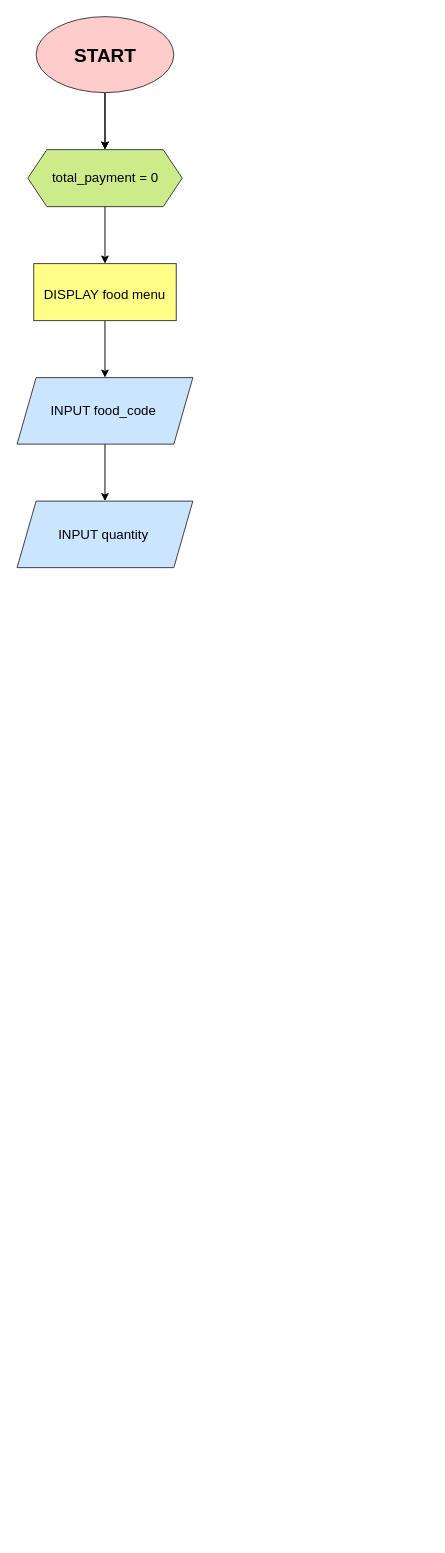
Before: flowchart.drawio in karindaamelia/karinda_amelia-sistem_kasir, a draw.io diagram. Source tidied: cells renumbered, new cells numbered last; positions are measured from the earlier drawing's top-left corner, leaving out a move shared by most shapes. Both pictures are drawn from the tidied source at 95%, with x=0, y=0 at pixel (16, 16).
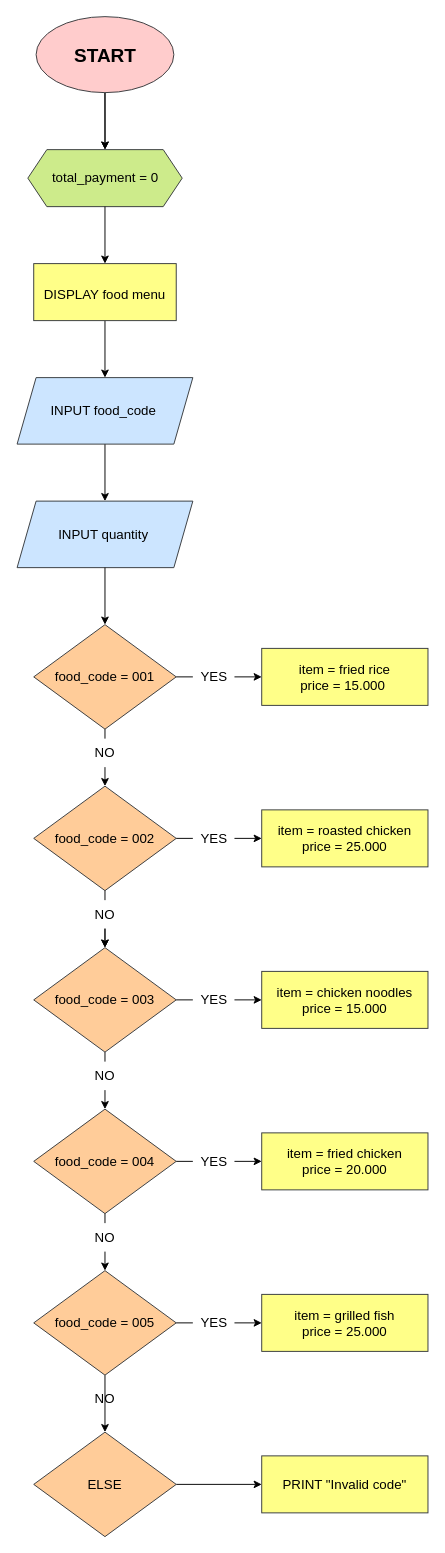
Above is the later version.

Commit message:
Membuat decision yang apabila else akan mengembalikan invalid code

Diff of the diagram source:
```diff
@@
+    <mxCell id="12" style="edgeStyle=none;html=1;fontSize=14;fontColor=#000000;strokeColor=#000000;" parent="1" edge="1" target="15">
+      <mxGeometry relative="1" as="geometry">
+        <mxPoint x="93" y="580" as="sourcePoint" />
+      </mxGeometry>
+    </mxCell>
+    <mxCell id="13" style="edgeStyle=none;html=1;entryX=0.5;entryY=0;entryDx=0;entryDy=0;fontSize=14;startArrow=none;fontColor=#000000;strokeColor=#000000;" parent="1" edge="1" source="31" target="18">
+      <mxGeometry relative="1" as="geometry" />
+    </mxCell>
+    <mxCell id="14" style="edgeStyle=none;html=1;entryX=0;entryY=0.5;entryDx=0;entryDy=0;fontSize=14;startArrow=none;fontColor=#000000;strokeColor=#000000;" parent="1" edge="1" source="49">
+      <mxGeometry relative="1" as="geometry">
+        <mxPoint x="258" y="695" as="targetPoint" />
+      </mxGeometry>
+    </mxCell>
+    <mxCell id="15" value="food_code = 001" style="rhombus;whiteSpace=wrap;html=1;fontSize=14;fillColor=#ffcc99;strokeColor=#36393d;fontColor=#000000;" parent="1" vertex="1">
+      <mxGeometry x="18" y="640" width="150" height="110" as="geometry" />
+    </mxCell>
+    <mxCell id="16" style="edgeStyle=none;html=1;entryX=0.5;entryY=0;entryDx=0;entryDy=0;fontSize=14;startArrow=none;fontColor=#000000;strokeColor=#000000;" parent="1" edge="1" source="34" target="21">
+      <mxGeometry relative="1" as="geometry" />
+    </mxCell>
+    <mxCell id="17" style="edgeStyle=none;html=1;entryX=0;entryY=0.5;entryDx=0;entryDy=0;fontSize=14;startArrow=none;fontColor=#000000;strokeColor=#000000;" parent="1" edge="1" source="47">
+      <mxGeometry relative="1" as="geometry">
+        <mxPoint x="258" y="865" as="targetPoint" />
+      </mxGeometry>
+    </mxCell>
+    <mxCell id="18" value="food_code = 002" style="rhombus;whiteSpace=wrap;html=1;fontSize=14;fillColor=#ffcc99;strokeColor=#36393d;fontColor=#000000;" parent="1" vertex="1">
+      <mxGeometry x="18" y="810" width="150" height="110" as="geometry" />
+    </mxCell>
+    <mxCell id="19" style="edgeStyle=none;html=1;entryX=0.5;entryY=0;entryDx=0;entryDy=0;fontSize=14;startArrow=none;fontColor=#000000;strokeColor=#000000;" parent="1" edge="1" source="36" target="24">
+      <mxGeometry relative="1" as="geometry" />
+    </mxCell>
+    <mxCell id="20" style="edgeStyle=none;html=1;entryX=0;entryY=0.5;entryDx=0;entryDy=0;fontSize=14;startArrow=none;fontColor=#000000;strokeColor=#000000;" parent="1" edge="1" source="45">
+      <mxGeometry relative="1" as="geometry">
+        <mxPoint x="258" y="1035" as="targetPoint" />
+      </mxGeometry>
+    </mxCell>
+    <mxCell id="21" value="food_code = 003" style="rhombus;whiteSpace=wrap;html=1;fontSize=14;fillColor=#ffcc99;strokeColor=#36393d;fontColor=#000000;" parent="1" vertex="1">
+      <mxGeometry x="18" y="980" width="150" height="110" as="geometry" />
+    </mxCell>
+    <mxCell id="22" style="edgeStyle=none;html=1;entryX=0.5;entryY=0;entryDx=0;entryDy=0;fontSize=14;startArrow=none;fontColor=#000000;strokeColor=#000000;" parent="1" edge="1" source="38" target="27">
+      <mxGeometry relative="1" as="geometry" />
+    </mxCell>
+    <mxCell id="23" style="edgeStyle=none;html=1;entryX=0;entryY=0.5;entryDx=0;entryDy=0;fontSize=14;startArrow=none;fontColor=#000000;strokeColor=#000000;" parent="1" edge="1" source="43">
+      <mxGeometry relative="1" as="geometry">
+        <mxPoint x="258" y="1205" as="targetPoint" />
+      </mxGeometry>
+    </mxCell>
+    <mxCell id="24" value="food_code = 004" style="rhombus;whiteSpace=wrap;html=1;fontSize=14;fillColor=#ffcc99;strokeColor=#36393d;fontColor=#000000;" parent="1" vertex="1">
+      <mxGeometry x="18" y="1150" width="150" height="110" as="geometry" />
+    </mxCell>
+    <mxCell id="25" style="edgeStyle=none;html=1;entryX=0.5;entryY=0;entryDx=0;entryDy=0;fontSize=14;fontColor=#000000;strokeColor=#000000;" parent="1" edge="1" source="27" target="29">
+      <mxGeometry relative="1" as="geometry" />
+    </mxCell>
+    <mxCell id="26" style="edgeStyle=none;html=1;entryX=0;entryY=0.5;entryDx=0;entryDy=0;fontSize=14;startArrow=none;fontColor=#000000;strokeColor=#000000;" parent="1" edge="1" source="41">
+      <mxGeometry relative="1" as="geometry">
+        <mxPoint x="258" y="1375" as="targetPoint" />
+      </mxGeometry>
+    </mxCell>
+    <mxCell id="27" value="food_code = 005" style="rhombus;whiteSpace=wrap;html=1;fontSize=14;fillColor=#ffcc99;strokeColor=#36393d;fontColor=#000000;" parent="1" vertex="1">
+      <mxGeometry x="18" y="1320" width="150" height="110" as="geometry" />
+    </mxCell>
+    <mxCell id="28" style="edgeStyle=none;html=1;entryX=0;entryY=0.5;entryDx=0;entryDy=0;fontSize=14;fontColor=#000000;strokeColor=#000000;" parent="1" edge="1" source="29" target="30">
+      <mxGeometry relative="1" as="geometry" />
+    </mxCell>
+    <mxCell id="29" value="ELSE" style="rhombus;whiteSpace=wrap;html=1;fontSize=14;fillColor=#ffcc99;strokeColor=#36393d;fontColor=#000000;" parent="1" vertex="1">
+      <mxGeometry x="18" y="1490" width="150" height="110" as="geometry" />
+    </mxCell>
+    <mxCell id="30" value="PRINT &quot;Invalid code&quot;" style="rounded=0;whiteSpace=wrap;html=1;fontSize=14;fillColor=#ffff88;strokeColor=#36393d;fontColor=#000000;" parent="1" vertex="1">
+      <mxGeometry x="258" y="1515" width="175" height="60" as="geometry" />
+    </mxCell>
+    <mxCell id="31" value="NO" style="text;html=1;strokeColor=none;fillColor=none;align=center;verticalAlign=middle;whiteSpace=wrap;rounded=0;fontSize=14;fontColor=#000000;" parent="1" vertex="1">
+      <mxGeometry x="63" y="760" width="60" height="30" as="geometry" />
+    </mxCell>
+    <mxCell id="32" style="edgeStyle=none;html=1;entryX=0.5;entryY=0;entryDx=0;entryDy=0;fontSize=14;endArrow=none;fontColor=#000000;strokeColor=#000000;" parent="1" edge="1" source="15" target="31">
+      <mxGeometry relative="1" as="geometry" />
+    </mxCell>
+    <mxCell id="33" style="edgeStyle=none;html=1;fontSize=14;fontColor=#000000;strokeColor=#000000;" parent="1" edge="1" source="34" target="21">
+      <mxGeometry relative="1" as="geometry" />
+    </mxCell>
+    <mxCell id="34" value="NO" style="text;html=1;strokeColor=none;fillColor=none;align=center;verticalAlign=middle;whiteSpace=wrap;rounded=0;fontSize=14;fontColor=#000000;" parent="1" vertex="1">
+      <mxGeometry x="63" y="930" width="60" height="30" as="geometry" />
+    </mxCell>
+    <mxCell id="35" style="edgeStyle=none;html=1;entryX=0.5;entryY=0;entryDx=0;entryDy=0;fontSize=14;endArrow=none;fontColor=#000000;strokeColor=#000000;" parent="1" edge="1" source="18" target="34">
+      <mxGeometry relative="1" as="geometry" />
+    </mxCell>
+    <mxCell id="36" value="NO" style="text;html=1;strokeColor=none;fillColor=none;align=center;verticalAlign=middle;whiteSpace=wrap;rounded=0;fontSize=14;fontColor=#000000;" parent="1" vertex="1">
+      <mxGeometry x="63" y="1100" width="60" height="30" as="geometry" />
+    </mxCell>
+    <mxCell id="37" style="edgeStyle=none;html=1;entryX=0.5;entryY=0;entryDx=0;entryDy=0;fontSize=14;endArrow=none;fontColor=#000000;strokeColor=#000000;" parent="1" edge="1" source="21" target="36">
+      <mxGeometry relative="1" as="geometry" />
+    </mxCell>
+    <mxCell id="38" value="NO" style="text;html=1;strokeColor=none;fillColor=none;align=center;verticalAlign=middle;whiteSpace=wrap;rounded=0;fontSize=14;fontColor=#000000;" parent="1" vertex="1">
+      <mxGeometry x="63" y="1270" width="60" height="30" as="geometry" />
+    </mxCell>
+    <mxCell id="39" style="edgeStyle=none;html=1;entryX=0.5;entryY=0;entryDx=0;entryDy=0;fontSize=14;endArrow=none;fontColor=#000000;strokeColor=#000000;" parent="1" edge="1" source="24" target="38">
+      <mxGeometry relative="1" as="geometry" />
+    </mxCell>
+    <mxCell id="40" value="NO" style="text;html=1;strokeColor=none;fillColor=none;align=center;verticalAlign=middle;whiteSpace=wrap;rounded=0;fontSize=14;fontColor=#000000;" parent="1" vertex="1">
+      <mxGeometry x="63" y="1440" width="60" height="30" as="geometry" />
+    </mxCell>
+    <mxCell id="41" value="YES" style="text;html=1;strokeColor=none;fillColor=none;align=center;verticalAlign=middle;whiteSpace=wrap;rounded=0;fontSize=14;fontColor=#000000;" parent="1" vertex="1">
+      <mxGeometry x="185.5" y="1360" width="43.8" height="30" as="geometry" />
+    </mxCell>
+    <mxCell id="42" style="edgeStyle=none;html=1;entryX=0;entryY=0.5;entryDx=0;entryDy=0;fontSize=14;endArrow=none;fontColor=#000000;strokeColor=#000000;" parent="1" edge="1" source="27" target="41">
+      <mxGeometry relative="1" as="geometry" />
+    </mxCell>
+    <mxCell id="43" value="YES" style="text;html=1;strokeColor=none;fillColor=none;align=center;verticalAlign=middle;whiteSpace=wrap;rounded=0;fontSize=14;fontColor=#000000;" parent="1" vertex="1">
+      <mxGeometry x="185.5" y="1190" width="43.8" height="30" as="geometry" />
+    </mxCell>
+    <mxCell id="44" style="edgeStyle=none;html=1;entryX=0;entryY=0.5;entryDx=0;entryDy=0;fontSize=14;endArrow=none;fontColor=#000000;strokeColor=#000000;" parent="1" edge="1" source="24" target="43">
+      <mxGeometry relative="1" as="geometry" />
+    </mxCell>
+    <mxCell id="45" value="YES" style="text;html=1;strokeColor=none;fillColor=none;align=center;verticalAlign=middle;whiteSpace=wrap;rounded=0;fontSize=14;fontColor=#000000;" parent="1" vertex="1">
+      <mxGeometry x="185.5" y="1020" width="43.8" height="30" as="geometry" />
+    </mxCell>
+    <mxCell id="46" style="edgeStyle=none;html=1;entryX=0;entryY=0.5;entryDx=0;entryDy=0;fontSize=14;endArrow=none;fontColor=#000000;strokeColor=#000000;" parent="1" edge="1" source="21" target="45">
+      <mxGeometry relative="1" as="geometry" />
+    </mxCell>
+    <mxCell id="47" value="YES" style="text;html=1;strokeColor=none;fillColor=none;align=center;verticalAlign=middle;whiteSpace=wrap;rounded=0;fontSize=14;fontColor=#000000;" parent="1" vertex="1">
+      <mxGeometry x="185.5" y="850" width="43.8" height="30" as="geometry" />
+    </mxCell>
+    <mxCell id="48" style="edgeStyle=none;html=1;entryX=0;entryY=0.5;entryDx=0;entryDy=0;fontSize=14;endArrow=none;fontColor=#000000;strokeColor=#000000;" parent="1" edge="1" source="18" target="47">
+      <mxGeometry relative="1" as="geometry" />
+    </mxCell>
+    <mxCell id="49" value="YES" style="text;html=1;strokeColor=none;fillColor=none;align=center;verticalAlign=middle;whiteSpace=wrap;rounded=0;fontSize=14;fontColor=#000000;" parent="1" vertex="1">
+      <mxGeometry x="185.5" y="680" width="43.8" height="30" as="geometry" />
+    </mxCell>
+    <mxCell id="50" style="edgeStyle=none;html=1;entryX=0;entryY=0.5;entryDx=0;entryDy=0;fontSize=14;endArrow=none;fontColor=#000000;strokeColor=#000000;" parent="1" edge="1" source="15" target="49">
+      <mxGeometry relative="1" as="geometry" />
+    </mxCell>
+    <mxCell id="51" value="&lt;span&gt;item = grilled fish&lt;/span&gt;&lt;br&gt;&lt;span&gt;price = 25.000&lt;/span&gt;" style="rounded=0;whiteSpace=wrap;html=1;fontSize=14;fillColor=#ffff88;strokeColor=#36393d;fontColor=#000000;" parent="1" vertex="1">
+      <mxGeometry x="258" y="1345" width="175" height="60" as="geometry" />
+    </mxCell>
+    <mxCell id="52" value="&lt;span&gt;item = fried chicken&lt;/span&gt;&lt;br&gt;&lt;span&gt;price = 20.000&lt;/span&gt;" style="rounded=0;whiteSpace=wrap;html=1;fontSize=14;fillColor=#ffff88;strokeColor=#36393d;fontColor=#000000;" parent="1" vertex="1">
+      <mxGeometry x="258" y="1175" width="175" height="60" as="geometry" />
+    </mxCell>
+    <mxCell id="53" value="&lt;span&gt;item = chicken noodles&lt;/span&gt;&lt;br&gt;&lt;span&gt;price = 15.000&lt;/span&gt;" style="rounded=0;whiteSpace=wrap;html=1;fontSize=14;fillColor=#ffff88;strokeColor=#36393d;fontColor=#000000;" parent="1" vertex="1">
+      <mxGeometry x="258" y="1005" width="175" height="60" as="geometry" />
+    </mxCell>
+    <mxCell id="54" value="&lt;span&gt;item = roasted chicken&lt;/span&gt;&lt;br&gt;&lt;span&gt;price = 25.000&lt;/span&gt;" style="rounded=0;whiteSpace=wrap;html=1;fontSize=14;fillColor=#ffff88;strokeColor=#36393d;fontColor=#000000;" parent="1" vertex="1">
+      <mxGeometry x="258" y="835" width="175" height="60" as="geometry" />
+    </mxCell>
+    <mxCell id="55" value="item = fried rice&lt;br&gt;price = 15.000&amp;nbsp;" style="rounded=0;whiteSpace=wrap;html=1;fontSize=14;fillColor=#ffff88;strokeColor=#36393d;fontColor=#000000;" parent="1" vertex="1">
+      <mxGeometry x="258" y="665" width="175" height="60" as="geometry" />
+    </mxCell>
```
